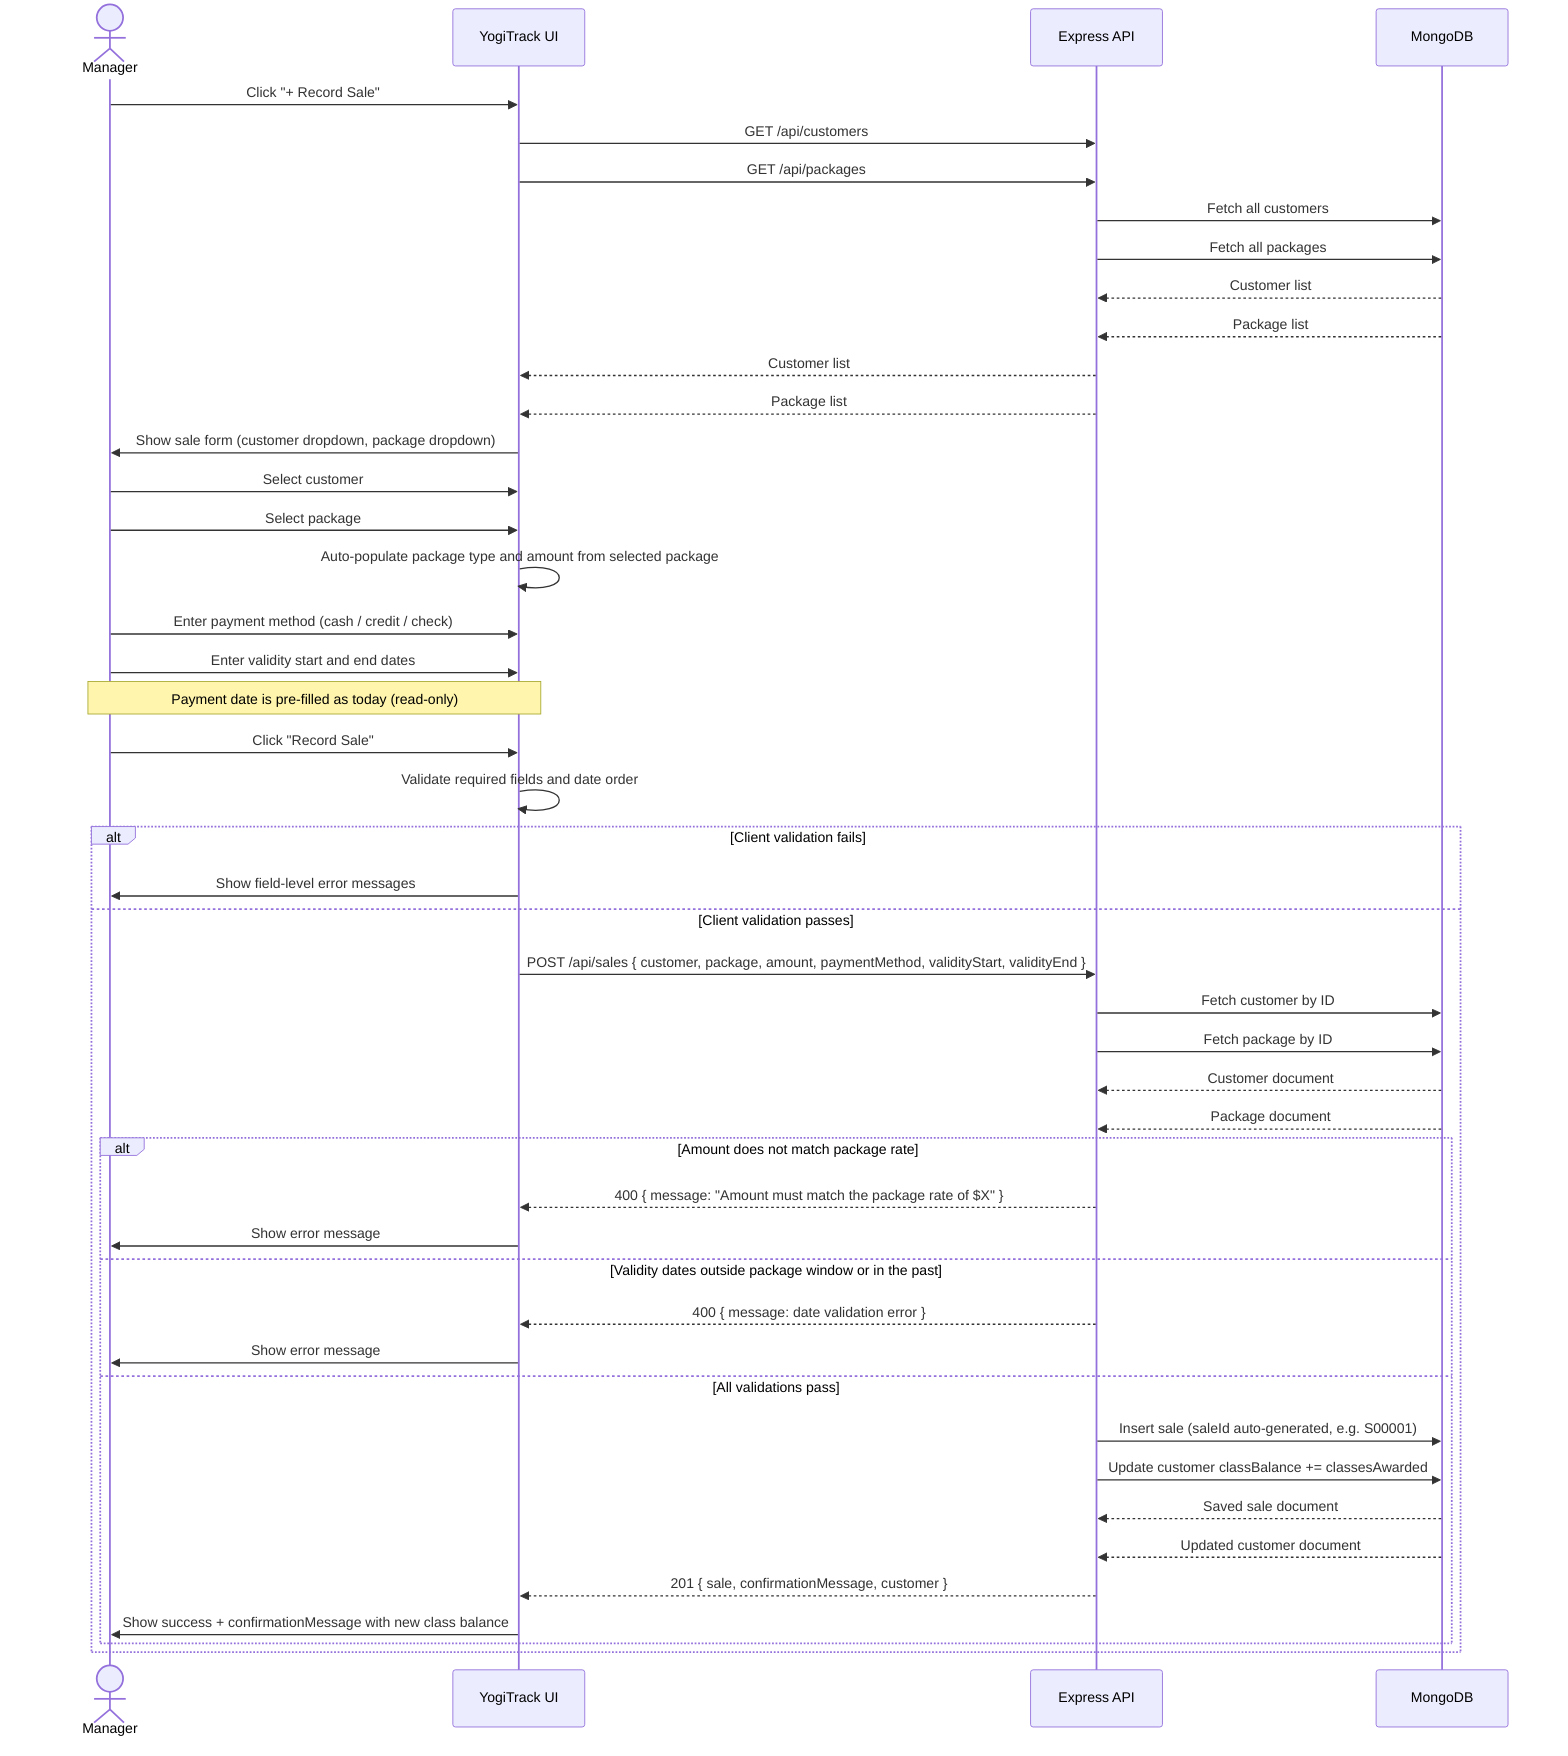
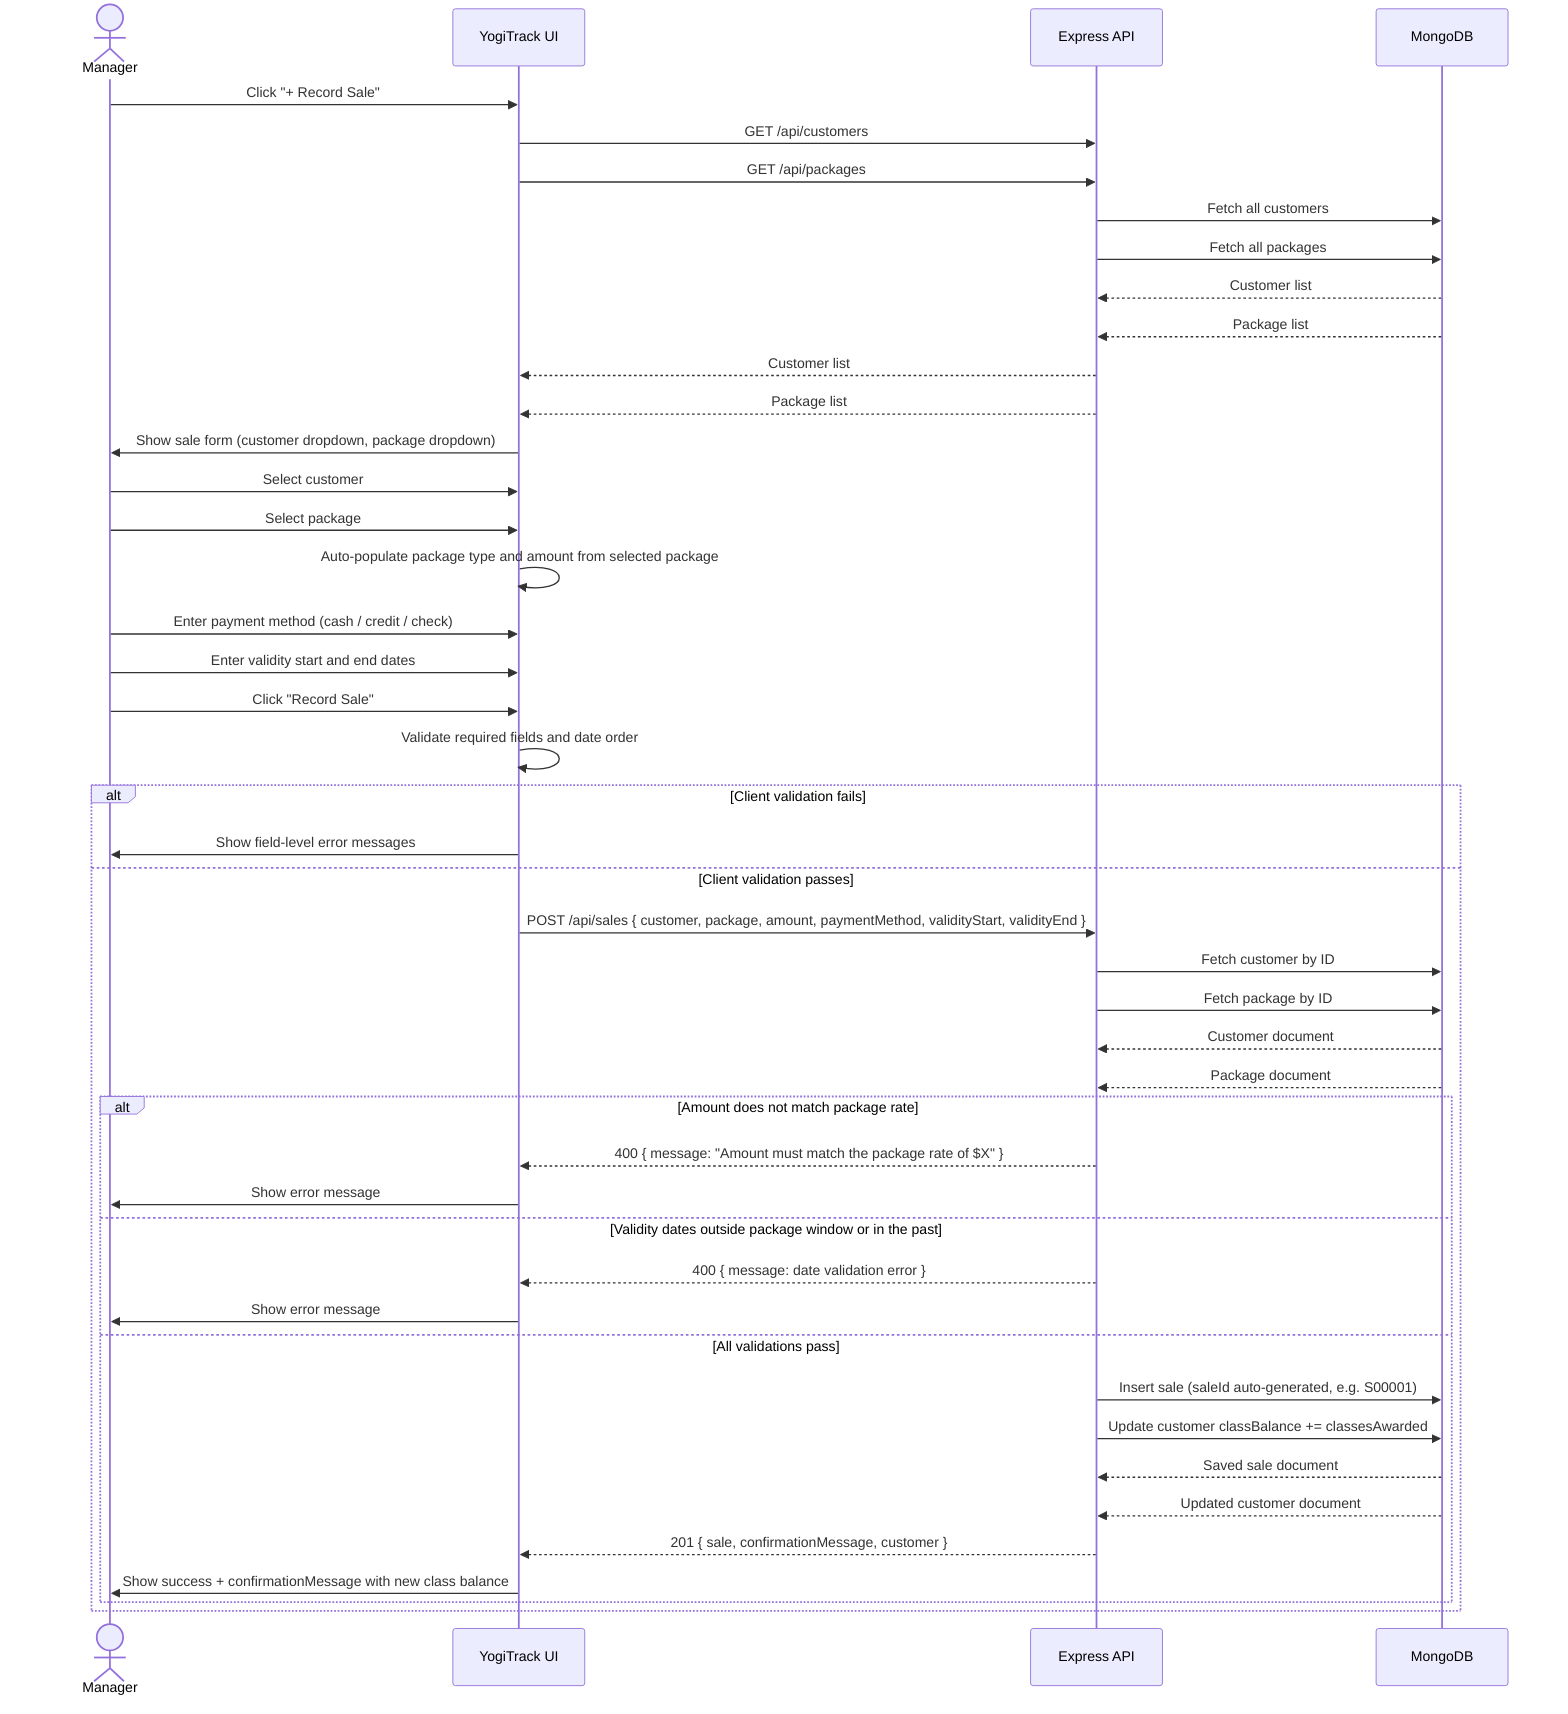
sequenceDiagram
    actor Manager
    participant UI as YogiTrack UI
    participant API as Express API
    participant DB as MongoDB

    Manager->>UI: Click "+ Record Sale"
    UI->>API: GET /api/customers
    UI->>API: GET /api/packages
    API->>DB: Fetch all customers
    API->>DB: Fetch all packages
    DB-->>API: Customer list
    DB-->>API: Package list
    API-->>UI: Customer list
    API-->>UI: Package list
    UI->>Manager: Show sale form (customer dropdown, package dropdown)

    Manager->>UI: Select customer
    Manager->>UI: Select package
    UI->>UI: Auto-populate package type and amount from selected package

    Manager->>UI: Enter payment method (cash / credit / check)
    Manager->>UI: Enter validity start and end dates
-     Note over UI,Manager: Payment date is pre-filled as today (read-only)

    Manager->>UI: Click "Record Sale"
    UI->>UI: Validate required fields and date order
    alt Client validation fails
        UI->>Manager: Show field-level error messages
    else Client validation passes
        UI->>API: POST /api/sales { customer, package, amount, paymentMethod, validityStart, validityEnd }
        API->>DB: Fetch customer by ID
        API->>DB: Fetch package by ID
        DB-->>API: Customer document
        DB-->>API: Package document
        alt Amount does not match package rate
            API-->>UI: 400 { message: "Amount must match the package rate of $X" }
            UI->>Manager: Show error message
        else Validity dates outside package window or in the past
            API-->>UI: 400 { message: date validation error }
            UI->>Manager: Show error message
        else All validations pass
            API->>DB: Insert sale (saleId auto-generated, e.g. S00001)
            API->>DB: Update customer classBalance += classesAwarded
            DB-->>API: Saved sale document
            DB-->>API: Updated customer document
            API-->>UI: 201 { sale, confirmationMessage, customer }
            UI->>Manager: Show success + confirmationMessage with new class balance
        end
    end
